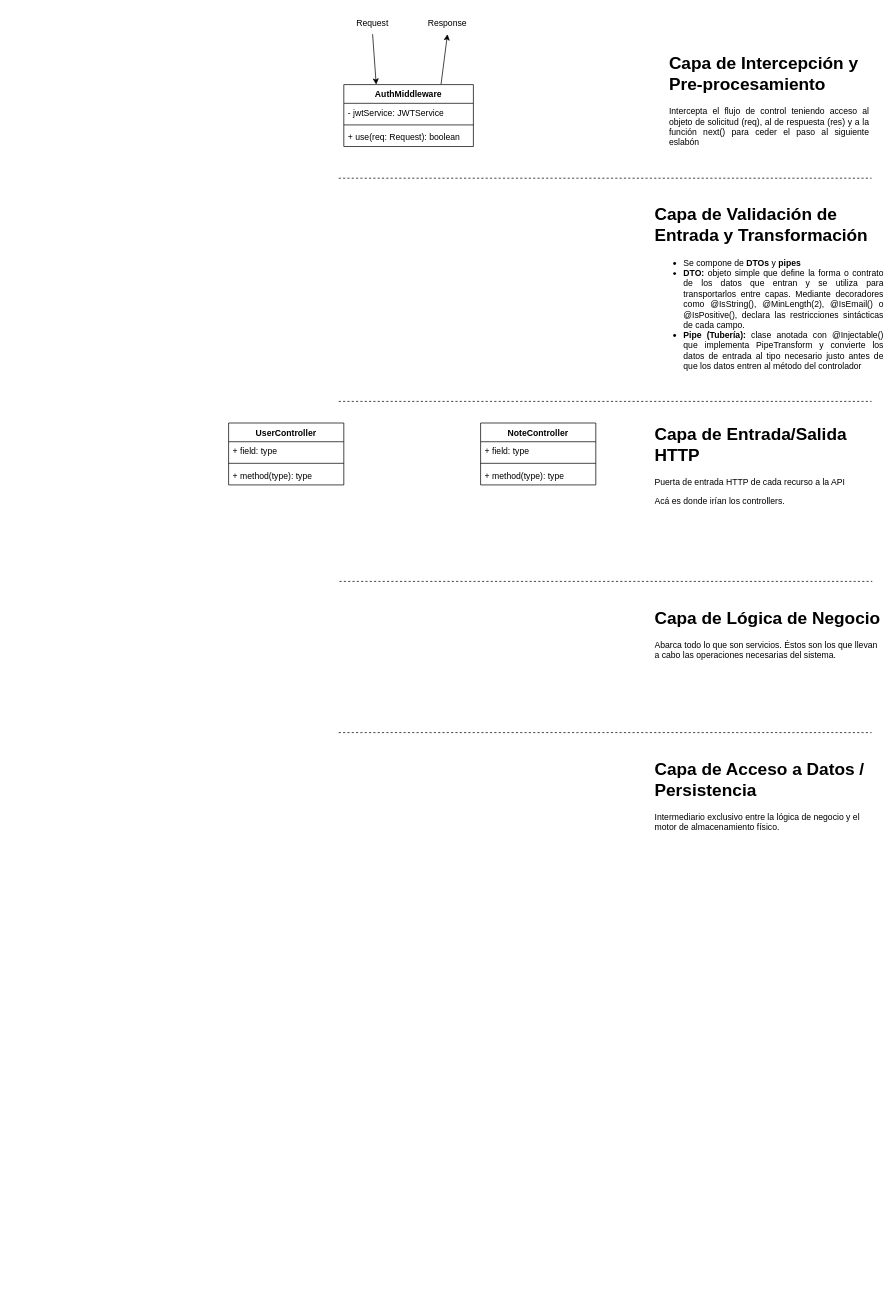
Before: clase7/design/diagrama_de_clases.drawio in carluandraster/sistemas-distribuidos, a draw.io diagram. Source tidied: cells renumbered, new cells numbered last; positions are measured from the earlier drawing's top-left corner, leaving out a move shared by most shapes. Both pictures are drawn from the tidied source at 72%, with x=0, y=0 at pixel (228, 12).
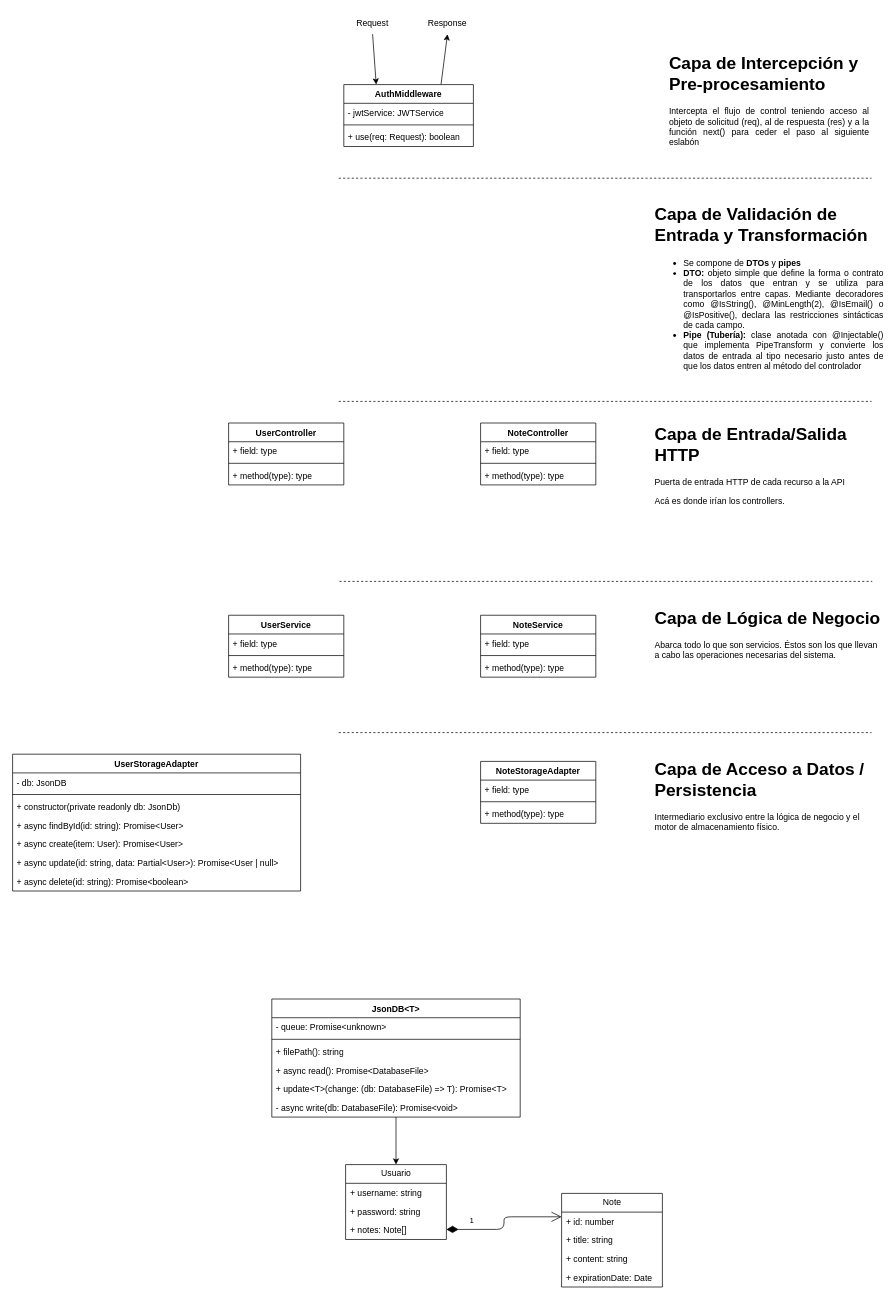
After the change.

What changed in the source:
```diff
@@
+    <mxCell id="27" value="NoteService" style="swimlane;fontStyle=1;align=center;verticalAlign=top;horizontal=1;startSize=26;whiteSpace=wrap;html=1;" parent="1" vertex="1">
+      <mxGeometry x="350" y="837" width="160" height="86" as="geometry" />
+    </mxCell>
+    <mxCell id="28" value="+ field: type" style="text;strokeColor=none;fillColor=none;align=left;verticalAlign=top;spacingLeft=4;spacingRight=4;overflow=hidden;whiteSpace=wrap;html=1;" parent="27" vertex="1">
+      <mxGeometry y="26" width="160" height="26" as="geometry" />
+    </mxCell>
+    <mxCell id="29" style="line;strokeWidth=1;fillColor=none;align=left;verticalAlign=middle;spacingTop=-1;spacingLeft=3;spacingRight=3;labelPosition=right;strokeColor=inherit;labelPerimeter=1;" parent="27" vertex="1">
+      <mxGeometry y="52" width="160" height="8" as="geometry" />
+    </mxCell>
+    <mxCell id="30" value="+ method(type): type" style="text;strokeColor=none;fillColor=none;align=left;verticalAlign=top;spacingLeft=4;spacingRight=4;overflow=hidden;whiteSpace=wrap;html=1;" parent="27" vertex="1">
+      <mxGeometry y="60" width="160" height="26" as="geometry" />
+    </mxCell>
+    <mxCell id="31" value="UserService" style="swimlane;fontStyle=1;align=center;verticalAlign=top;horizontal=1;startSize=26;whiteSpace=wrap;html=1;" parent="1" vertex="1">
+      <mxGeometry y="837" width="160" height="86" as="geometry" />
+    </mxCell>
+    <mxCell id="32" value="+ field: type" style="text;strokeColor=none;fillColor=none;align=left;verticalAlign=top;spacingLeft=4;spacingRight=4;overflow=hidden;whiteSpace=wrap;html=1;" parent="31" vertex="1">
+      <mxGeometry y="26" width="160" height="26" as="geometry" />
+    </mxCell>
+    <mxCell id="33" style="line;strokeWidth=1;fillColor=none;align=left;verticalAlign=middle;spacingTop=-1;spacingLeft=3;spacingRight=3;labelPosition=right;strokeColor=inherit;labelPerimeter=1;" parent="31" vertex="1">
+      <mxGeometry y="52" width="160" height="8" as="geometry" />
+    </mxCell>
+    <mxCell id="34" value="+ method(type): type" style="text;strokeColor=none;fillColor=none;align=left;verticalAlign=top;spacingLeft=4;spacingRight=4;overflow=hidden;whiteSpace=wrap;html=1;" parent="31" vertex="1">
+      <mxGeometry y="60" width="160" height="26" as="geometry" />
+    </mxCell>
+    <mxCell id="35" value="NoteStorageAdapter" style="swimlane;fontStyle=1;align=center;verticalAlign=top;horizontal=1;startSize=26;whiteSpace=wrap;html=1;" parent="1" vertex="1">
+      <mxGeometry x="350" y="1040" width="160" height="86" as="geometry" />
+    </mxCell>
+    <mxCell id="36" value="+ field: type" style="text;strokeColor=none;fillColor=none;align=left;verticalAlign=top;spacingLeft=4;spacingRight=4;overflow=hidden;whiteSpace=wrap;html=1;" parent="35" vertex="1">
+      <mxGeometry y="26" width="160" height="26" as="geometry" />
+    </mxCell>
+    <mxCell id="37" style="line;strokeWidth=1;fillColor=none;align=left;verticalAlign=middle;spacingTop=-1;spacingLeft=3;spacingRight=3;labelPosition=right;strokeColor=inherit;labelPerimeter=1;" parent="35" vertex="1">
+      <mxGeometry y="52" width="160" height="8" as="geometry" />
+    </mxCell>
+    <mxCell id="38" value="+ method(type): type" style="text;strokeColor=none;fillColor=none;align=left;verticalAlign=top;spacingLeft=4;spacingRight=4;overflow=hidden;whiteSpace=wrap;html=1;" parent="35" vertex="1">
+      <mxGeometry y="60" width="160" height="26" as="geometry" />
+    </mxCell>
+    <mxCell id="39" value="UserStorageAdapter" style="swimlane;fontStyle=1;align=center;verticalAlign=top;horizontal=1;startSize=26;whiteSpace=wrap;html=1;" parent="1" vertex="1">
+      <mxGeometry x="-300" y="1030" width="400" height="190" as="geometry" />
+    </mxCell>
+    <mxCell id="40" value="- db: JsonDB" style="text;strokeColor=none;fillColor=none;align=left;verticalAlign=top;spacingLeft=4;spacingRight=4;overflow=hidden;whiteSpace=wrap;html=1;" parent="39" vertex="1">
+      <mxGeometry y="26" width="400" height="26" as="geometry" />
+    </mxCell>
+    <mxCell id="41" style="line;strokeWidth=1;fillColor=none;align=left;verticalAlign=middle;spacingTop=-1;spacingLeft=3;spacingRight=3;labelPosition=right;strokeColor=inherit;labelPerimeter=1;" parent="39" vertex="1">
+      <mxGeometry y="52" width="400" height="8" as="geometry" />
+    </mxCell>
+    <mxCell id="42" value="+ constructor(private readonly db: JsonDb)" style="text;strokeColor=none;fillColor=none;align=left;verticalAlign=top;spacingLeft=4;spacingRight=4;overflow=hidden;whiteSpace=wrap;html=1;" parent="39" vertex="1">
+      <mxGeometry y="60" width="400" height="26" as="geometry" />
+    </mxCell>
+    <mxCell id="43" value="+ async findById(id: string): Promise&amp;lt;User&amp;gt;" style="text;strokeColor=none;fillColor=none;align=left;verticalAlign=top;spacingLeft=4;spacingRight=4;overflow=hidden;whiteSpace=wrap;html=1;" parent="39" vertex="1">
+      <mxGeometry y="86" width="400" height="26" as="geometry" />
+    </mxCell>
+    <mxCell id="44" value="+ async create(item: User): Promise&amp;lt;User&amp;gt;" style="text;strokeColor=none;fillColor=none;align=left;verticalAlign=top;spacingLeft=4;spacingRight=4;overflow=hidden;whiteSpace=wrap;html=1;" parent="39" vertex="1">
+      <mxGeometry y="112" width="400" height="26" as="geometry" />
+    </mxCell>
+    <mxCell id="45" value="+ async update(id: string, data: Partial&amp;lt;User&amp;gt;): Promise&amp;lt;User | null&amp;gt;" style="text;strokeColor=none;fillColor=none;align=left;verticalAlign=top;spacingLeft=4;spacingRight=4;overflow=hidden;whiteSpace=wrap;html=1;" parent="39" vertex="1">
+      <mxGeometry y="138" width="400" height="26" as="geometry" />
+    </mxCell>
+    <mxCell id="46" value="+ async delete(id: string): Promise&amp;lt;boolean&amp;gt;" style="text;strokeColor=none;fillColor=none;align=left;verticalAlign=top;spacingLeft=4;spacingRight=4;overflow=hidden;whiteSpace=wrap;html=1;" parent="39" vertex="1">
+      <mxGeometry y="164" width="400" height="26" as="geometry" />
+    </mxCell>
+    <mxCell id="47" style="edgeStyle=none;html=1;entryX=0.5;entryY=0;entryDx=0;entryDy=0;" parent="1" edge="1" source="48" target="55">
+      <mxGeometry relative="1" as="geometry" />
+    </mxCell>
+    <mxCell id="48" value="JsonDB&amp;lt;T&amp;gt;" style="swimlane;fontStyle=1;align=center;verticalAlign=top;horizontal=1;startSize=26;whiteSpace=wrap;html=1;" parent="1" vertex="1">
+      <mxGeometry x="60" y="1370" width="345" height="164" as="geometry" />
+    </mxCell>
+    <mxCell id="49" value="- queue: Promise&amp;lt;unknown&amp;gt;" style="text;strokeColor=none;fillColor=none;align=left;verticalAlign=top;spacingLeft=4;spacingRight=4;overflow=hidden;whiteSpace=wrap;html=1;" parent="48" vertex="1">
+      <mxGeometry y="26" width="345" height="26" as="geometry" />
+    </mxCell>
+    <mxCell id="50" style="line;strokeWidth=1;fillColor=none;align=left;verticalAlign=middle;spacingTop=-1;spacingLeft=3;spacingRight=3;labelPosition=right;strokeColor=inherit;labelPerimeter=1;" parent="48" vertex="1">
+      <mxGeometry y="52" width="345" height="8" as="geometry" />
+    </mxCell>
+    <mxCell id="51" value="+ filePath(): string" style="text;strokeColor=none;fillColor=none;align=left;verticalAlign=top;spacingLeft=4;spacingRight=4;overflow=hidden;whiteSpace=wrap;html=1;" parent="48" vertex="1">
+      <mxGeometry y="60" width="345" height="26" as="geometry" />
+    </mxCell>
+    <mxCell id="52" value="+ async read(): Promise&amp;lt;DatabaseFile&amp;gt;" style="text;strokeColor=none;fillColor=none;align=left;verticalAlign=top;spacingLeft=4;spacingRight=4;overflow=hidden;whiteSpace=wrap;html=1;" parent="48" vertex="1">
+      <mxGeometry y="86" width="345" height="26" as="geometry" />
+    </mxCell>
+    <mxCell id="53" value="+ update&amp;lt;T&amp;gt;(change: (db: DatabaseFile) =&amp;gt; T): Promise&amp;lt;T&amp;gt;" style="text;strokeColor=none;fillColor=none;align=left;verticalAlign=top;spacingLeft=4;spacingRight=4;overflow=hidden;whiteSpace=wrap;html=1;" parent="48" vertex="1">
+      <mxGeometry y="112" width="345" height="26" as="geometry" />
+    </mxCell>
+    <mxCell id="54" value="- async write(db: DatabaseFile): Promise&amp;lt;void&amp;gt;" style="text;strokeColor=none;fillColor=none;align=left;verticalAlign=top;spacingLeft=4;spacingRight=4;overflow=hidden;whiteSpace=wrap;html=1;" parent="48" vertex="1">
+      <mxGeometry y="138" width="345" height="26" as="geometry" />
+    </mxCell>
+    <mxCell id="55" value="Usuario" style="swimlane;fontStyle=0;horizontal=1;startSize=26;fillColor=none;whiteSpace=wrap;html=1;" parent="1" vertex="1">
+      <mxGeometry x="162.5" y="1600" width="140" height="104" as="geometry" />
+    </mxCell>
+    <mxCell id="56" value="+ username: string" style="text;strokeColor=none;fillColor=none;align=left;verticalAlign=top;spacingLeft=4;spacingRight=4;overflow=hidden;whiteSpace=wrap;html=1;" parent="55" vertex="1">
+      <mxGeometry y="26" width="140" height="26" as="geometry" />
+    </mxCell>
+    <mxCell id="57" value="+ password: string" style="text;strokeColor=none;fillColor=none;align=left;verticalAlign=top;spacingLeft=4;spacingRight=4;overflow=hidden;whiteSpace=wrap;html=1;" parent="55" vertex="1">
+      <mxGeometry y="52" width="140" height="26" as="geometry" />
+    </mxCell>
+    <mxCell id="58" value="+ notes: Note[]" style="text;strokeColor=none;fillColor=none;align=left;verticalAlign=top;spacingLeft=4;spacingRight=4;overflow=hidden;points=[[0,0.5],[1,0.5]];portConstraint=eastwest;whiteSpace=wrap;html=1;" parent="55" vertex="1">
+      <mxGeometry y="78" width="140" height="26" as="geometry" />
+    </mxCell>
+    <mxCell id="59" value="1" style="endArrow=open;html=1;endSize=12;startArrow=diamondThin;startSize=14;startFill=1;edgeStyle=orthogonalEdgeStyle;align=left;verticalAlign=bottom;exitX=1;exitY=0.462;exitDx=0;exitDy=0;exitPerimeter=0;entryX=0;entryY=0.25;entryDx=0;entryDy=0;" parent="1" edge="1" source="58" target="60">
+      <mxGeometry x="-0.65" y="3" relative="1" as="geometry" />
+    </mxCell>
+    <mxCell id="60" value="Note" style="swimlane;fontStyle=0;horizontal=1;startSize=26;fillColor=none;whiteSpace=wrap;html=1;" parent="1" vertex="1">
+      <mxGeometry x="462.5" y="1640" width="140" height="130" as="geometry" />
+    </mxCell>
+    <mxCell id="61" value="+ id: number" style="text;strokeColor=none;fillColor=none;align=left;verticalAlign=top;spacingLeft=4;spacingRight=4;overflow=hidden;whiteSpace=wrap;html=1;" parent="60" vertex="1">
+      <mxGeometry y="26" width="140" height="26" as="geometry" />
+    </mxCell>
+    <mxCell id="62" value="+ title: string" style="text;strokeColor=none;fillColor=none;align=left;verticalAlign=top;spacingLeft=4;spacingRight=4;overflow=hidden;whiteSpace=wrap;html=1;" parent="60" vertex="1">
+      <mxGeometry y="52" width="140" height="26" as="geometry" />
+    </mxCell>
+    <mxCell id="63" value="+ content: string" style="text;strokeColor=none;fillColor=none;align=left;verticalAlign=top;spacingLeft=4;spacingRight=4;overflow=hidden;whiteSpace=wrap;html=1;" parent="60" vertex="1">
+      <mxGeometry y="78" width="140" height="26" as="geometry" />
+    </mxCell>
+    <mxCell id="64" value="+ expirationDate: Date" style="text;strokeColor=none;fillColor=none;align=left;verticalAlign=top;spacingLeft=4;spacingRight=4;overflow=hidden;whiteSpace=wrap;html=1;" parent="60" vertex="1">
+      <mxGeometry y="104" width="140" height="26" as="geometry" />
+    </mxCell>
```
